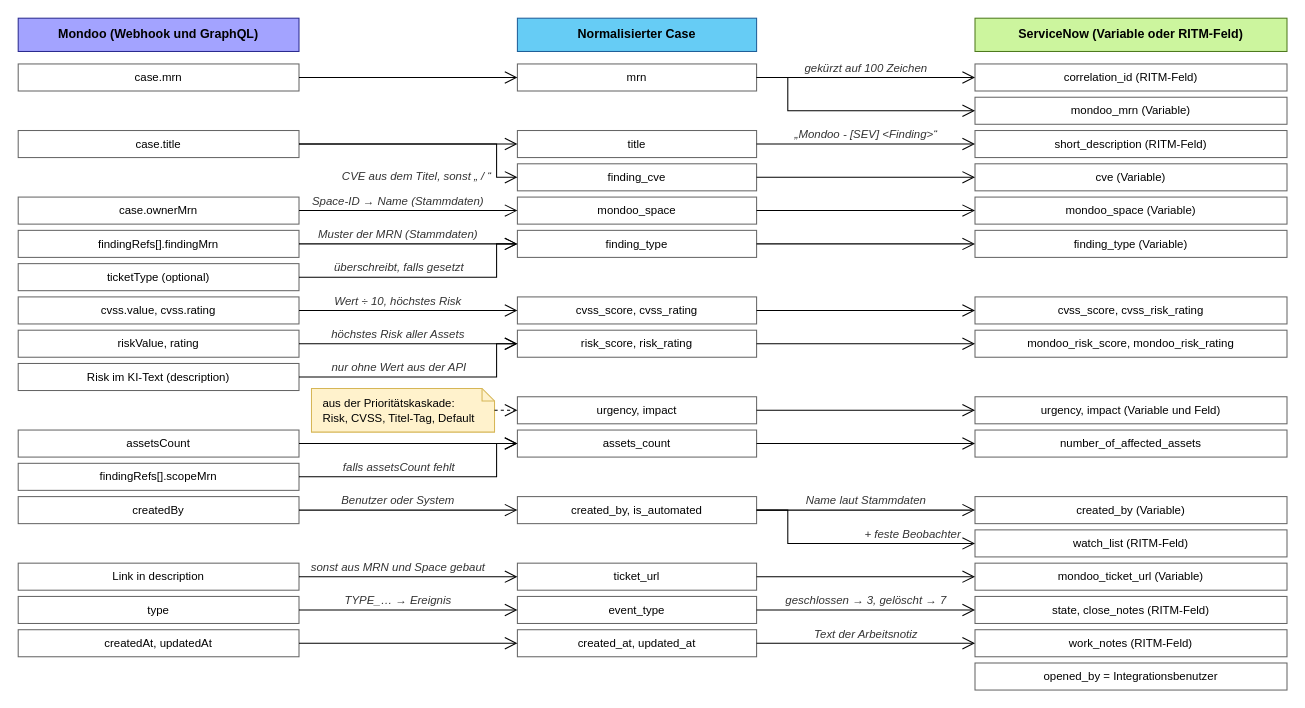
MarDolli09/mondoo_webhook keeps this draw.io diagram as docs/data-mapping.drawio. Above is the earlier version. Source tidied: cells renumbered, new cells numbered last; positions are measured from the earlier drawing's top-left corner, leaving out a move shared by most shapes. Both pictures are drawn from the tidied source at 104%, with x=0, y=0 at pixel (18, 18).
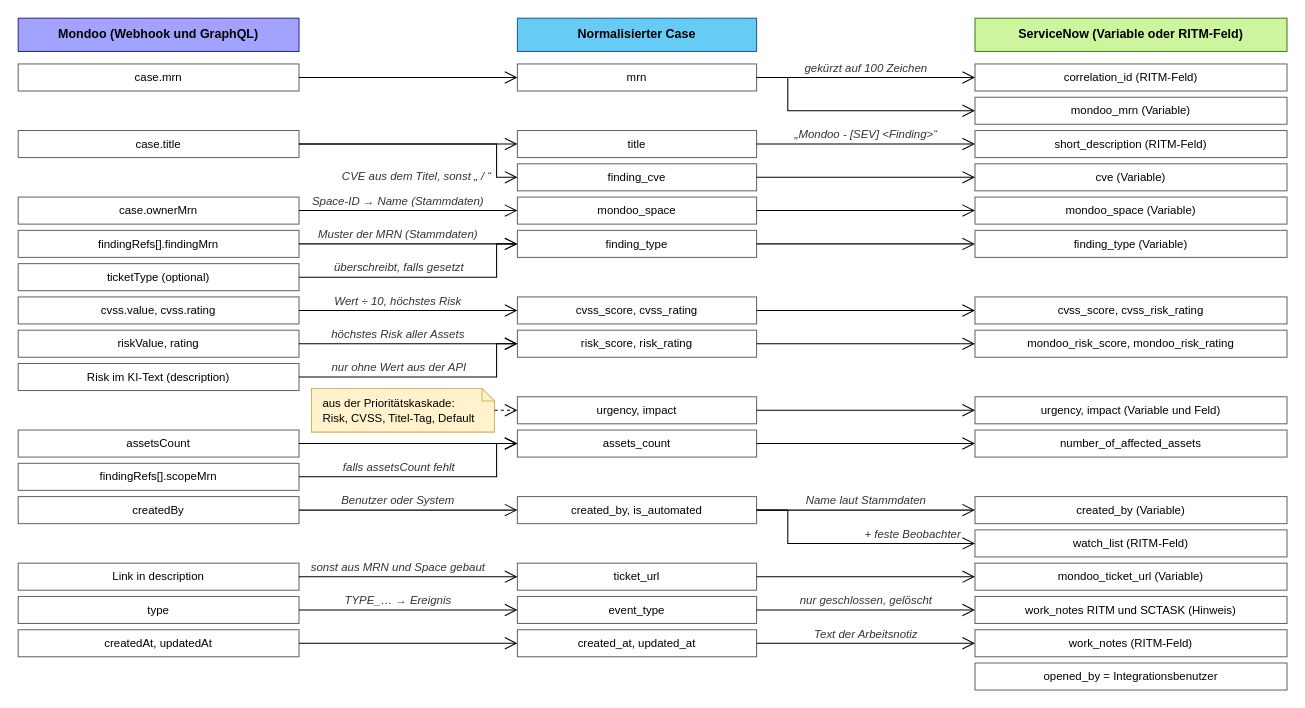
The same diagram, later.

The change refers to these unchanged cells:
```xml
<mxCell id="42" value="&lt;span style=&quot;font-size:11px&quot;&gt;event_type&lt;/span&gt;" style="rounded=0;whiteSpace=wrap;html=1;fillColor=#FFFFFF;strokeColor=#666666;fontSize=12;fontColor=#000000;align=center;verticalAlign=middle;spacing=8;strokeWidth=1;" parent="1" vertex="1">
  <mxGeometry x="480" y="556" width="230" height="26" as="geometry" />
</mxCell>
```

Change to the diagram source:
```diff
@@
-    <mxCell id="43" value="&lt;span style=&quot;font-size:11px&quot;&gt;state, close_notes (RITM-Feld)&lt;/span&gt;" style="rounded=0;whiteSpace=wrap;html=1;fillColor=#FFFFFF;strokeColor=#666666;fontSize=12;fontColor=#000000;align=center;verticalAlign=middle;spacing=8;strokeWidth=1;" parent="1" vertex="1">
+    <mxCell id="43" value="&lt;span style=&quot;font-size:11px&quot;&gt;work_notes RITM und SCTASK (Hinweis)&lt;/span&gt;" style="rounded=0;whiteSpace=wrap;html=1;fillColor=#FFFFFF;strokeColor=#666666;fontSize=12;fontColor=#000000;align=center;verticalAlign=middle;spacing=8;strokeWidth=1;" parent="1" vertex="1">
       <mxGeometry x="920" y="556" width="300" height="26" as="geometry" />
     </mxCell>
@@
-    <mxCell id="77" value="&lt;span style=&quot;font-size:11px;color:#333333&quot;&gt;&lt;i&gt;geschlossen → 3, gelöscht → 7&lt;/i&gt;&lt;/span&gt;" style="html=1;rounded=0;edgeStyle=orthogonalEdgeStyle;strokeColor=#000000;fontSize=12;fontColor=#000000;endArrow=open;endSize=10;labelBackgroundColor=none;exitX=1.0000;exitY=0.5000;exitDx=0;exitDy=0;exitPerimeter=0;entryX=0.0000;entryY=0.5000;entryDx=0;entryDy=0;entryPerimeter=0;" parent="1" edge="1" source="42" target="43">
+    <mxCell id="77" value="&lt;span style=&quot;font-size:11px;color:#333333&quot;&gt;&lt;i&gt;nur geschlossen, gelöscht&lt;/i&gt;&lt;/span&gt;" style="html=1;rounded=0;edgeStyle=orthogonalEdgeStyle;strokeColor=#000000;fontSize=12;fontColor=#000000;endArrow=open;endSize=10;labelBackgroundColor=none;exitX=1.0000;exitY=0.5000;exitDx=0;exitDy=0;exitPerimeter=0;entryX=0.0000;entryY=0.5000;entryDx=0;entryDy=0;entryPerimeter=0;" parent="1" edge="1" source="42" target="43">
       <mxGeometry relative="1" as="geometry">
         <mxPoint y="-9" as="offset" />
       </mxGeometry>
     </mxCell>
```
